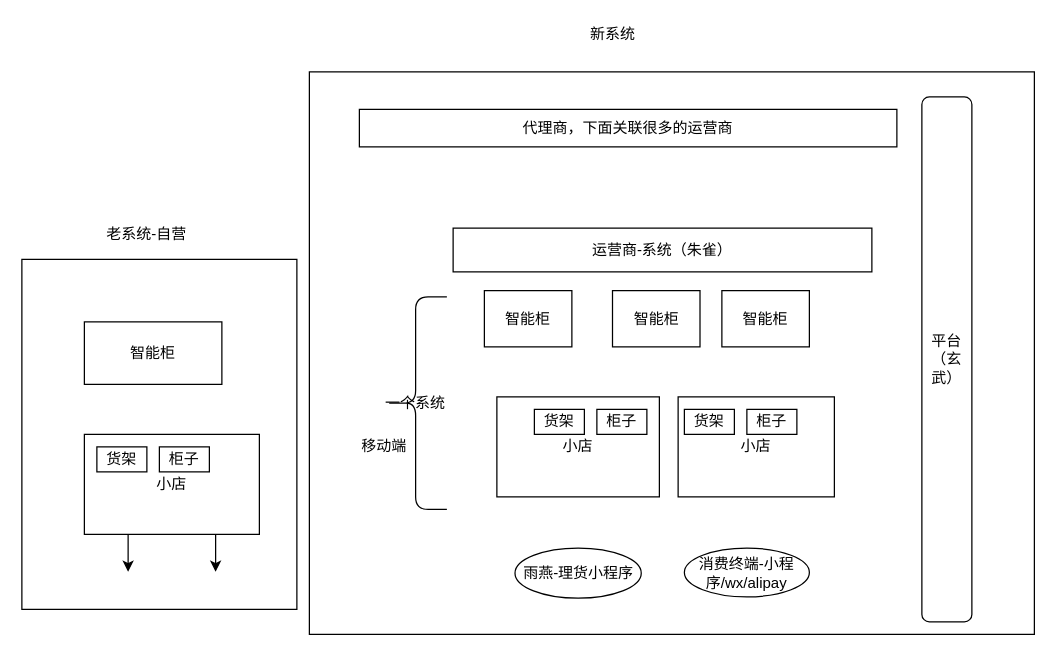
Earlier version of the draw.io diagram 未命名表单.drawio (TysonSir/draw.io). Source tidied: cells renumbered, new cells numbered last; positions are measured from the earlier drawing's top-left corner, leaving out a move shared by most shapes. Both pictures are drawn from the tidied source at 125%, with x=0, y=0 at pixel (21, 21).
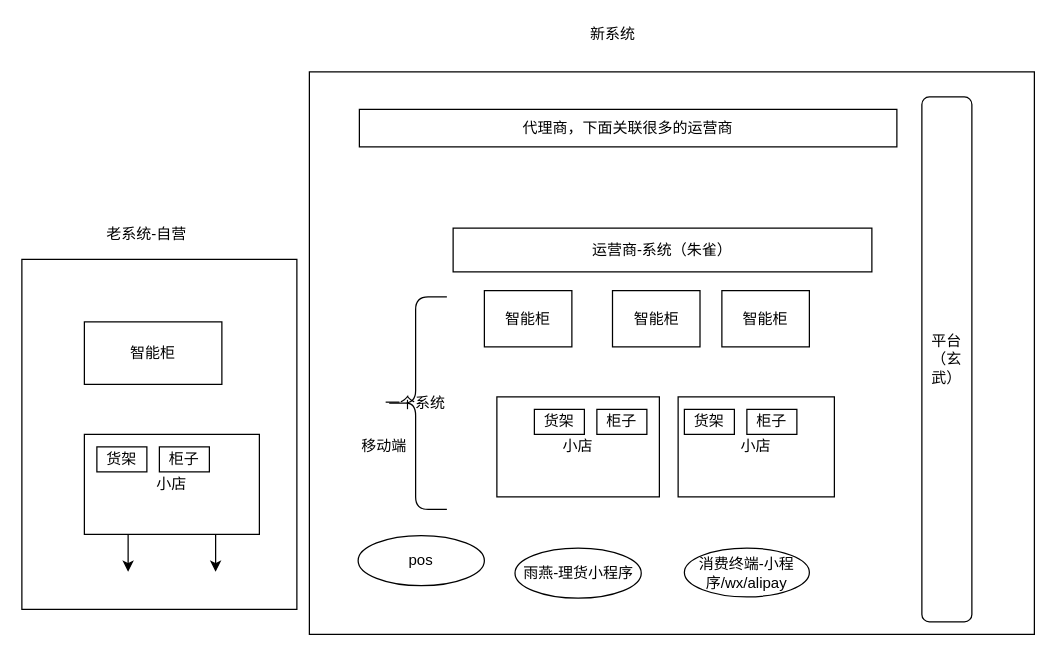
The same page after the edit.

Commit message:
更新未命名表单.drawio

Diff of the diagram source:
```diff
@@
+    <mxCell id="28" value="pos" style="ellipse;whiteSpace=wrap;html=1;" parent="1" vertex="1">
+      <mxGeometry x="269" y="411" width="101" height="40" as="geometry" />
+    </mxCell>
```
